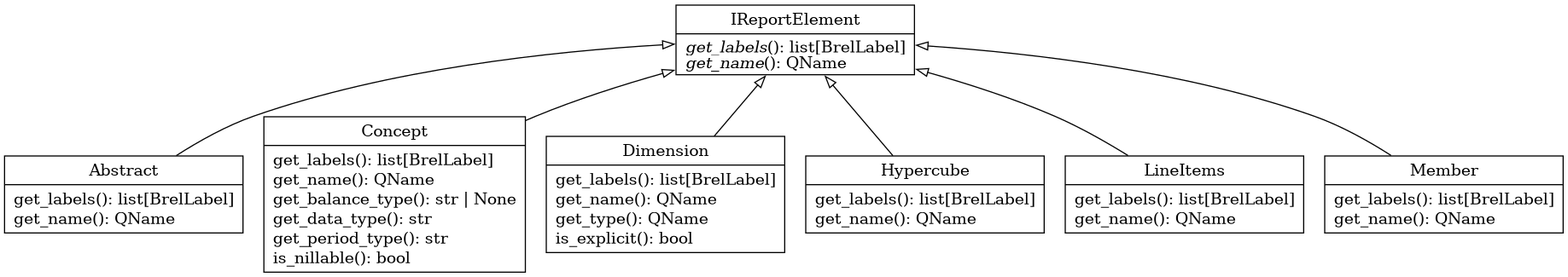
Before: docs/thesis_latex/images/brel_report_elements_classes.png, a diagram exported from Graphviz (BrelLibrary/brel). Its source is kept beside it as docs/thesis_latex/images/brel_report_elements_classes.dot.
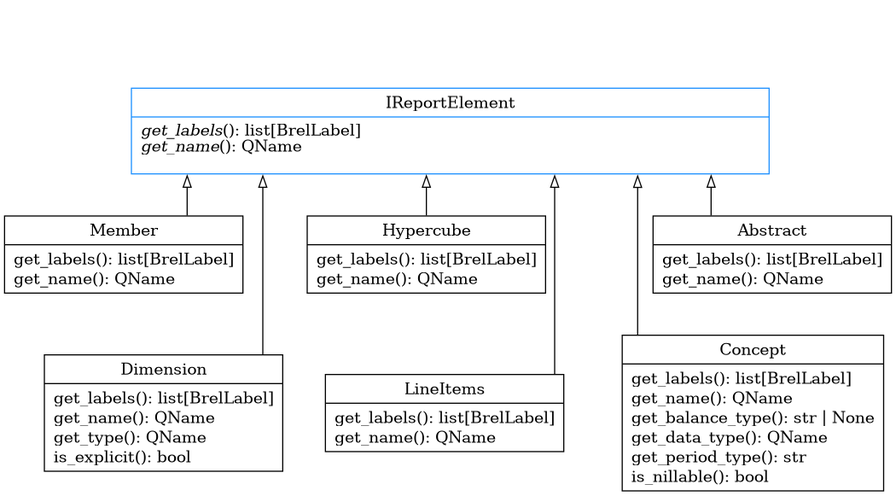
Above is the later version.

What changed in the source:
```diff
@@ -1,6 +1,8 @@
 digraph "classes_brel_reoprt_elements" {
 rankdir=BT
 charset="utf-8"
+splines="ortho"
+
 "brel.reportelements.abstract.Abstract" [color="black", fontcolor="black", label=<{
 Abstract
 |
@@ -14,7 +16,7 @@
 get_labels(): list[BrelLabel]<br ALIGN="LEFT"/>
 get_name(): QName<br ALIGN="LEFT"/>
 get_balance_type(): str \| None<br ALIGN="LEFT"/>
-get_data_type(): str<br ALIGN="LEFT"/>
+get_data_type(): QName<br ALIGN="LEFT"/>
 get_period_type(): str<br ALIGN="LEFT"/>
 is_nillable(): bool<br ALIGN="LEFT"/>
 }>, shape="record", style="solid"];
@@ -35,11 +37,12 @@
 get_name(): QName<br ALIGN="LEFT"/>
 }>, shape="record", style="solid"];
 
-"brel.reportelements.i_report_element.IReportElement" [color="black", fontcolor="black", label=<{
+"brel.reportelements.i_report_element.IReportElement" [color="dodgerblue", fontcolor="black", label=<{
 IReportElement
 |
 <I>get_labels</I>(): list[BrelLabel]<br ALIGN="LEFT"/>
 <I>get_name</I>(): QName<br ALIGN="LEFT"/>
+
 }>, shape="record", style="solid"];
 
 "brel.reportelements.lineitems.LineItems" [color="black", fontcolor="black", label=<{
@@ -56,10 +59,23 @@
 get_name(): QName<br ALIGN="LEFT"/>
 }>, shape="record", style="solid"];
 
+"dummy" [color="white", fontcolor="white", shape="record", style="invis" label=""];
+
 "brel.reportelements.abstract.Abstract" -> "brel.reportelements.i_report_element.IReportElement" [arrowhead="empty", arrowtail="none"];
 "brel.reportelements.concept.Concept" -> "brel.reportelements.i_report_element.IReportElement" [arrowhead="empty", arrowtail="none"];
 "brel.reportelements.dimension.Dimension" -> "brel.reportelements.i_report_element.IReportElement" [arrowhead="empty", arrowtail="none"];
 "brel.reportelements.hypercube.Hypercube" -> "brel.reportelements.i_report_element.IReportElement" [arrowhead="empty", arrowtail="none"];
 "brel.reportelements.lineitems.LineItems" -> "brel.reportelements.i_report_element.IReportElement" [arrowhead="empty", arrowtail="none"];
 "brel.reportelements.member.Member" -> "brel.reportelements.i_report_element.IReportElement" [arrowhead="empty", arrowtail="none"];
+
+"brel.reportelements.abstract.Abstract" -> "dummy" [arrowhead="empty", arrowtail="none", style="invis"];
+"brel.reportelements.i_report_element.IReportElement" -> "dummy" [arrowhead="empty", arrowtail="none", style="invis"];
+"brel.reportelements.member.Member" -> "dummy" [arrowhead="empty", arrowtail="none", style="invis"];
+
+"brel.reportelements.dimension.Dimension" -> "brel.reportelements.member.Member" [arrowhead="empty", arrowtail="none", style="invis"];
+
+"brel.reportelements.concept.Concept" -> "brel.reportelements.abstract.Abstract" [arrowhead="empty", arrowtail="none", style="invis"];
+
+"brel.reportelements.lineitems.LineItems" -> "brel.reportelements.hypercube.Hypercube" [arrowhead="empty", arrowtail="none", style="invis"];
+
 }
```
